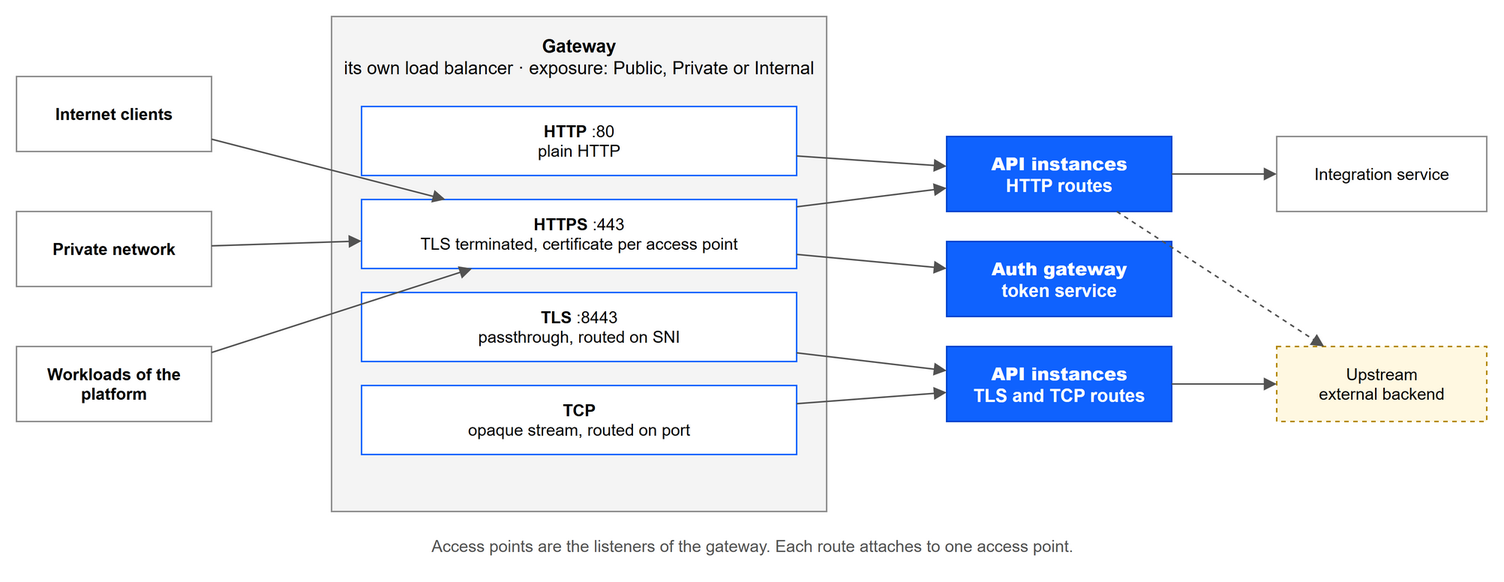
The draw.io diagram static/img/api-manager/gateway.drawio.png in cml-x/docs, before a commit. Source tidied: cells renumbered, new cells last; positions are measured from the earlier drawing's top-left corner, leaving out a move shared by most shapes. The source it was exported from:
```xml
<mxGraphModel>
  <root>
    <mxCell id="0" />
    <mxCell id="1" parent="0" />
    <mxCell id="2" value="&lt;b&gt;Internet clients&lt;/b&gt;" style="rounded=0;whiteSpace=wrap;html=1;fillColor=#ffffff;strokeColor=#8d8d8d;fontSize=11;" parent="1" vertex="1">
      <mxGeometry y="40" width="130" height="50" as="geometry" />
    </mxCell>
    <mxCell id="3" value="&lt;b&gt;Private network&lt;/b&gt;" style="rounded=0;whiteSpace=wrap;html=1;fillColor=#ffffff;strokeColor=#8d8d8d;fontSize=11;" parent="1" vertex="1">
      <mxGeometry y="130" width="130" height="50" as="geometry" />
    </mxCell>
    <mxCell id="4" value="&lt;b&gt;Workloads of the platform&lt;/b&gt;" style="rounded=0;whiteSpace=wrap;html=1;fillColor=#ffffff;strokeColor=#8d8d8d;fontSize=11;" parent="1" vertex="1">
      <mxGeometry y="220" width="130" height="50" as="geometry" />
    </mxCell>
    <mxCell id="5" value="Gateway&lt;br&gt;&lt;span style=&quot;font-weight:normal&quot;&gt;its own load balancer · exposure: Public, Private or Internal&lt;/span&gt;" style="rounded=0;whiteSpace=wrap;html=1;fillColor=#f4f4f4;strokeColor=#8d8d8d;verticalAlign=top;fontSize=12;fontStyle=1;spacingTop=6;" parent="1" vertex="1">
      <mxGeometry x="210" width="330" height="330" as="geometry" />
    </mxCell>
    <mxCell id="6" value="&lt;b&gt;HTTP&lt;/b&gt; :80&lt;br&gt;plain HTTP" style="rounded=0;whiteSpace=wrap;html=1;fillColor=#ffffff;strokeColor=#0f62fe;fontSize=11;" parent="1" vertex="1">
      <mxGeometry x="230" y="60" width="290" height="46" as="geometry" />
    </mxCell>
    <mxCell id="7" value="&lt;b&gt;HTTPS&lt;/b&gt; :443&lt;br&gt;TLS terminated, certificate per access point" style="rounded=0;whiteSpace=wrap;html=1;fillColor=#ffffff;strokeColor=#0f62fe;fontSize=11;" parent="1" vertex="1">
      <mxGeometry x="230" y="122" width="290" height="46" as="geometry" />
    </mxCell>
    <mxCell id="8" value="&lt;b&gt;TLS&lt;/b&gt; :8443&lt;br&gt;passthrough, routed on SNI" style="rounded=0;whiteSpace=wrap;html=1;fillColor=#ffffff;strokeColor=#0f62fe;fontSize=11;" parent="1" vertex="1">
      <mxGeometry x="230" y="184" width="290" height="46" as="geometry" />
    </mxCell>
    <mxCell id="9" value="&lt;b&gt;TCP&lt;/b&gt;&lt;br&gt;opaque stream, routed on port" style="rounded=0;whiteSpace=wrap;html=1;fillColor=#ffffff;strokeColor=#0f62fe;fontSize=11;" parent="1" vertex="1">
      <mxGeometry x="230" y="246" width="290" height="46" as="geometry" />
    </mxCell>
    <mxCell id="10" value="&lt;b&gt;API instances&lt;/b&gt;&lt;br&gt;HTTP routes" style="rounded=0;whiteSpace=wrap;html=1;fillColor=#0f62fe;strokeColor=#0043ce;fontColor=#ffffff;fontSize=12;fontStyle=1;" parent="1" vertex="1">
      <mxGeometry x="620" y="80" width="150" height="50" as="geometry" />
    </mxCell>
    <mxCell id="11" value="&lt;b&gt;Auth gateway&lt;/b&gt;&lt;br&gt;token service" style="rounded=0;whiteSpace=wrap;html=1;fillColor=#0f62fe;strokeColor=#0043ce;fontColor=#ffffff;fontSize=12;fontStyle=1;" parent="1" vertex="1">
      <mxGeometry x="620" y="150" width="150" height="50" as="geometry" />
    </mxCell>
    <mxCell id="12" value="&lt;b&gt;API instances&lt;/b&gt;&lt;br&gt;TLS and TCP routes" style="rounded=0;whiteSpace=wrap;html=1;fillColor=#0f62fe;strokeColor=#0043ce;fontColor=#ffffff;fontSize=12;fontStyle=1;" parent="1" vertex="1">
      <mxGeometry x="620" y="220" width="150" height="50" as="geometry" />
    </mxCell>
    <mxCell id="13" value="Integration service" style="rounded=0;whiteSpace=wrap;html=1;fillColor=#ffffff;strokeColor=#8d8d8d;fontSize=11;" parent="1" vertex="1">
      <mxGeometry x="840" y="80" width="140" height="50" as="geometry" />
    </mxCell>
    <mxCell id="14" value="Upstream&lt;br&gt;external backend" style="rounded=0;whiteSpace=wrap;html=1;fillColor=#fff8e1;strokeColor=#b28600;fontSize=11;dashed=1;" parent="1" vertex="1">
      <mxGeometry x="840" y="220" width="140" height="50" as="geometry" />
    </mxCell>
    <mxCell id="15" style="endArrow=block;html=1;rounded=0;strokeColor=#525252;fontSize=10;fontColor=#525252;labelBackgroundColor=#ffffff;" parent="1" edge="1" source="2" target="7">
      <mxGeometry relative="1" as="geometry" />
    </mxCell>
    <mxCell id="16" style="endArrow=block;html=1;rounded=0;strokeColor=#525252;fontSize=10;fontColor=#525252;labelBackgroundColor=#ffffff;" parent="1" edge="1" source="3" target="7">
      <mxGeometry relative="1" as="geometry" />
    </mxCell>
    <mxCell id="17" style="endArrow=block;html=1;rounded=0;strokeColor=#525252;fontSize=10;fontColor=#525252;labelBackgroundColor=#ffffff;" parent="1" edge="1" source="4" target="7">
      <mxGeometry relative="1" as="geometry" />
    </mxCell>
    <mxCell id="18" style="endArrow=block;html=1;rounded=0;strokeColor=#525252;fontSize=10;fontColor=#525252;labelBackgroundColor=#ffffff;" parent="1" edge="1" source="6" target="10">
      <mxGeometry relative="1" as="geometry" />
    </mxCell>
    <mxCell id="19" style="endArrow=block;html=1;rounded=0;strokeColor=#525252;fontSize=10;fontColor=#525252;labelBackgroundColor=#ffffff;" parent="1" edge="1" source="7" target="10">
      <mxGeometry relative="1" as="geometry" />
    </mxCell>
    <mxCell id="20" style="endArrow=block;html=1;rounded=0;strokeColor=#525252;fontSize=10;fontColor=#525252;labelBackgroundColor=#ffffff;" parent="1" edge="1" source="7" target="11">
      <mxGeometry relative="1" as="geometry" />
    </mxCell>
    <mxCell id="21" style="endArrow=block;html=1;rounded=0;strokeColor=#525252;fontSize=10;fontColor=#525252;labelBackgroundColor=#ffffff;" parent="1" edge="1" source="8" target="12">
      <mxGeometry relative="1" as="geometry" />
    </mxCell>
    <mxCell id="22" style="endArrow=block;html=1;rounded=0;strokeColor=#525252;fontSize=10;fontColor=#525252;labelBackgroundColor=#ffffff;" parent="1" edge="1" source="9" target="12">
      <mxGeometry relative="1" as="geometry" />
    </mxCell>
    <mxCell id="23" style="endArrow=block;html=1;rounded=0;strokeColor=#525252;fontSize=10;fontColor=#525252;labelBackgroundColor=#ffffff;" parent="1" edge="1" source="10" target="13">
      <mxGeometry relative="1" as="geometry" />
    </mxCell>
    <mxCell id="24" style="endArrow=block;html=1;rounded=0;strokeColor=#525252;fontSize=10;fontColor=#525252;labelBackgroundColor=#ffffff;" parent="1" edge="1" source="12" target="14">
      <mxGeometry relative="1" as="geometry" />
    </mxCell>
    <mxCell id="25" style="endArrow=block;html=1;rounded=0;strokeColor=#525252;fontSize=10;fontColor=#525252;labelBackgroundColor=#ffffff;dashed=1;" parent="1" edge="1" source="10" target="14">
      <mxGeometry relative="1" as="geometry" />
    </mxCell>
    <mxCell id="26" value="Access points are the listeners of the gateway. Each route attaches to one access point." style="text;html=1;align=center;verticalAlign=middle;fontSize=11;fontColor=#525252;" parent="1" vertex="1">
      <mxGeometry x="210" y="340" width="560" height="26" as="geometry" />
    </mxCell>
  </root>
</mxGraphModel>
```
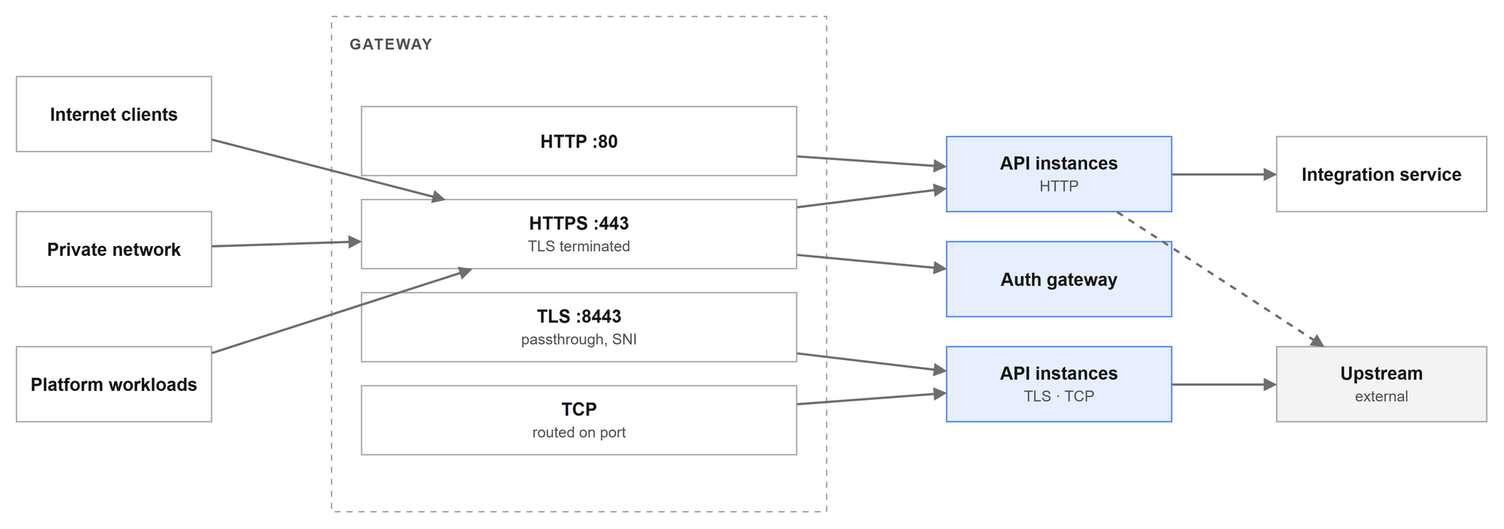
After the change.

Change to the diagram source:
```diff
@@ -1,81 +1,78 @@
-<mxGraphModel>
+<mxGraphModel background="#FFFFFF">
   <root>
     <mxCell id="0" />
     <mxCell id="1" parent="0" />
-    <mxCell id="2" value="&lt;b&gt;Internet clients&lt;/b&gt;" style="rounded=0;whiteSpace=wrap;html=1;fillColor=#ffffff;strokeColor=#8d8d8d;fontSize=11;" parent="1" vertex="1">
+    <mxCell id="2" value="&lt;b&gt;Internet clients&lt;/b&gt;" style="rounded=0;whiteSpace=wrap;html=1;strokeWidth=1;fontColor=#161616;fontSize=12;fillColor=none;strokeColor=#8D8D8D;strokeOpacity=70;" parent="1" vertex="1">
       <mxGeometry y="40" width="130" height="50" as="geometry" />
     </mxCell>
-    <mxCell id="3" value="&lt;b&gt;Private network&lt;/b&gt;" style="rounded=0;whiteSpace=wrap;html=1;fillColor=#ffffff;strokeColor=#8d8d8d;fontSize=11;" parent="1" vertex="1">
+    <mxCell id="3" value="&lt;b&gt;Private network&lt;/b&gt;" style="rounded=0;whiteSpace=wrap;html=1;strokeWidth=1;fontColor=#161616;fontSize=12;fillColor=none;strokeColor=#8D8D8D;strokeOpacity=70;" parent="1" vertex="1">
       <mxGeometry y="130" width="130" height="50" as="geometry" />
     </mxCell>
-    <mxCell id="4" value="&lt;b&gt;Workloads of the platform&lt;/b&gt;" style="rounded=0;whiteSpace=wrap;html=1;fillColor=#ffffff;strokeColor=#8d8d8d;fontSize=11;" parent="1" vertex="1">
+    <mxCell id="4" value="&lt;b&gt;Platform workloads&lt;/b&gt;" style="rounded=0;whiteSpace=wrap;html=1;strokeWidth=1;fontColor=#161616;fontSize=12;fillColor=none;strokeColor=#8D8D8D;strokeOpacity=70;" parent="1" vertex="1">
       <mxGeometry y="220" width="130" height="50" as="geometry" />
     </mxCell>
-    <mxCell id="5" value="Gateway&lt;br&gt;&lt;span style=&quot;font-weight:normal&quot;&gt;its own load balancer · exposure: Public, Private or Internal&lt;/span&gt;" style="rounded=0;whiteSpace=wrap;html=1;fillColor=#f4f4f4;strokeColor=#8d8d8d;verticalAlign=top;fontSize=12;fontStyle=1;spacingTop=6;" parent="1" vertex="1">
+    <mxCell id="5" value="&lt;span style=&quot;font-size:10px;color:#525252;letter-spacing:1px&quot;&gt;&lt;b&gt;GATEWAY&lt;/b&gt;&lt;/span&gt;" style="rounded=0;whiteSpace=wrap;html=1;strokeWidth=1;fontColor=#161616;fontSize=12;fillColor=none;strokeColor=#A8A8A8;dashed=1;dashPattern=4 4;verticalAlign=top;align=left;spacingLeft=10;spacingTop=4;" parent="1" vertex="1">
       <mxGeometry x="210" width="330" height="330" as="geometry" />
     </mxCell>
-    <mxCell id="6" value="&lt;b&gt;HTTP&lt;/b&gt; :80&lt;br&gt;plain HTTP" style="rounded=0;whiteSpace=wrap;html=1;fillColor=#ffffff;strokeColor=#0f62fe;fontSize=11;" parent="1" vertex="1">
+    <mxCell id="6" value="&lt;b&gt;HTTP :80&lt;/b&gt;" style="rounded=0;whiteSpace=wrap;html=1;strokeWidth=1;fontColor=#161616;fontSize=12;fillColor=none;strokeColor=#8D8D8D;strokeOpacity=70;" parent="1" vertex="1">
       <mxGeometry x="230" y="60" width="290" height="46" as="geometry" />
     </mxCell>
-    <mxCell id="7" value="&lt;b&gt;HTTPS&lt;/b&gt; :443&lt;br&gt;TLS terminated, certificate per access point" style="rounded=0;whiteSpace=wrap;html=1;fillColor=#ffffff;strokeColor=#0f62fe;fontSize=11;" parent="1" vertex="1">
+    <mxCell id="7" value="&lt;b&gt;HTTPS :443&lt;/b&gt;&lt;br&gt;&lt;span style=&quot;font-size:10px;color:#525252&quot;&gt;TLS terminated&lt;/span&gt;" style="rounded=0;whiteSpace=wrap;html=1;strokeWidth=1;fontColor=#161616;fontSize=12;fillColor=none;strokeColor=#8D8D8D;strokeOpacity=70;" parent="1" vertex="1">
       <mxGeometry x="230" y="122" width="290" height="46" as="geometry" />
     </mxCell>
-    <mxCell id="8" value="&lt;b&gt;TLS&lt;/b&gt; :8443&lt;br&gt;passthrough, routed on SNI" style="rounded=0;whiteSpace=wrap;html=1;fillColor=#ffffff;strokeColor=#0f62fe;fontSize=11;" parent="1" vertex="1">
+    <mxCell id="8" value="&lt;b&gt;TLS :8443&lt;/b&gt;&lt;br&gt;&lt;span style=&quot;font-size:10px;color:#525252&quot;&gt;passthrough, SNI&lt;/span&gt;" style="rounded=0;whiteSpace=wrap;html=1;strokeWidth=1;fontColor=#161616;fontSize=12;fillColor=none;strokeColor=#8D8D8D;strokeOpacity=70;" parent="1" vertex="1">
       <mxGeometry x="230" y="184" width="290" height="46" as="geometry" />
     </mxCell>
-    <mxCell id="9" value="&lt;b&gt;TCP&lt;/b&gt;&lt;br&gt;opaque stream, routed on port" style="rounded=0;whiteSpace=wrap;html=1;fillColor=#ffffff;strokeColor=#0f62fe;fontSize=11;" parent="1" vertex="1">
+    <mxCell id="9" value="&lt;b&gt;TCP&lt;/b&gt;&lt;br&gt;&lt;span style=&quot;font-size:10px;color:#525252&quot;&gt;routed on port&lt;/span&gt;" style="rounded=0;whiteSpace=wrap;html=1;strokeWidth=1;fontColor=#161616;fontSize=12;fillColor=none;strokeColor=#8D8D8D;strokeOpacity=70;" parent="1" vertex="1">
       <mxGeometry x="230" y="246" width="290" height="46" as="geometry" />
     </mxCell>
-    <mxCell id="10" value="&lt;b&gt;API instances&lt;/b&gt;&lt;br&gt;HTTP routes" style="rounded=0;whiteSpace=wrap;html=1;fillColor=#0f62fe;strokeColor=#0043ce;fontColor=#ffffff;fontSize=12;fontStyle=1;" parent="1" vertex="1">
+    <mxCell id="10" value="&lt;b&gt;API instances&lt;/b&gt;&lt;br&gt;&lt;span style=&quot;font-size:10px;color:#525252&quot;&gt;HTTP&lt;/span&gt;" style="rounded=0;whiteSpace=wrap;html=1;strokeWidth=1;fontColor=#161616;fontSize=12;fillColor=#0F62FE;fillOpacity=10;strokeColor=#0F62FE;strokeOpacity=70;" parent="1" vertex="1">
       <mxGeometry x="620" y="80" width="150" height="50" as="geometry" />
     </mxCell>
-    <mxCell id="11" value="&lt;b&gt;Auth gateway&lt;/b&gt;&lt;br&gt;token service" style="rounded=0;whiteSpace=wrap;html=1;fillColor=#0f62fe;strokeColor=#0043ce;fontColor=#ffffff;fontSize=12;fontStyle=1;" parent="1" vertex="1">
+    <mxCell id="11" value="&lt;b&gt;Auth gateway&lt;/b&gt;" style="rounded=0;whiteSpace=wrap;html=1;strokeWidth=1;fontColor=#161616;fontSize=12;fillColor=#0F62FE;fillOpacity=10;strokeColor=#0F62FE;strokeOpacity=70;" parent="1" vertex="1">
       <mxGeometry x="620" y="150" width="150" height="50" as="geometry" />
     </mxCell>
-    <mxCell id="12" value="&lt;b&gt;API instances&lt;/b&gt;&lt;br&gt;TLS and TCP routes" style="rounded=0;whiteSpace=wrap;html=1;fillColor=#0f62fe;strokeColor=#0043ce;fontColor=#ffffff;fontSize=12;fontStyle=1;" parent="1" vertex="1">
+    <mxCell id="12" value="&lt;b&gt;API instances&lt;/b&gt;&lt;br&gt;&lt;span style=&quot;font-size:10px;color:#525252&quot;&gt;TLS · TCP&lt;/span&gt;" style="rounded=0;whiteSpace=wrap;html=1;strokeWidth=1;fontColor=#161616;fontSize=12;fillColor=#0F62FE;fillOpacity=10;strokeColor=#0F62FE;strokeOpacity=70;" parent="1" vertex="1">
       <mxGeometry x="620" y="220" width="150" height="50" as="geometry" />
     </mxCell>
-    <mxCell id="13" value="Integration service" style="rounded=0;whiteSpace=wrap;html=1;fillColor=#ffffff;strokeColor=#8d8d8d;fontSize=11;" parent="1" vertex="1">
+    <mxCell id="13" value="&lt;b&gt;Integration service&lt;/b&gt;" style="rounded=0;whiteSpace=wrap;html=1;strokeWidth=1;fontColor=#161616;fontSize=12;fillColor=none;strokeColor=#8D8D8D;strokeOpacity=70;" parent="1" vertex="1">
       <mxGeometry x="840" y="80" width="140" height="50" as="geometry" />
     </mxCell>
-    <mxCell id="14" value="Upstream&lt;br&gt;external backend" style="rounded=0;whiteSpace=wrap;html=1;fillColor=#fff8e1;strokeColor=#b28600;fontSize=11;dashed=1;" parent="1" vertex="1">
+    <mxCell id="14" value="&lt;b&gt;Upstream&lt;/b&gt;&lt;br&gt;&lt;span style=&quot;font-size:10px;color:#525252&quot;&gt;external&lt;/span&gt;" style="rounded=0;whiteSpace=wrap;html=1;strokeWidth=1;fontColor=#161616;fontSize=12;fillColor=#161616;fillOpacity=5;strokeColor=#8D8D8D;strokeOpacity=70;" parent="1" vertex="1">
       <mxGeometry x="840" y="220" width="140" height="50" as="geometry" />
     </mxCell>
-    <mxCell id="15" style="endArrow=block;html=1;rounded=0;strokeColor=#525252;fontSize=10;fontColor=#525252;labelBackgroundColor=#ffffff;" parent="1" edge="1" source="2" target="7">
+    <mxCell id="15" style="endArrow=block;html=1;rounded=0;strokeColor=#6F6F6F;fontSize=10;fontColor=#525252;labelBackgroundColor=#FFFFFF;strokeWidth=1.5;endSize=5;" parent="1" edge="1" source="2" target="7">
       <mxGeometry relative="1" as="geometry" />
     </mxCell>
-    <mxCell id="16" style="endArrow=block;html=1;rounded=0;strokeColor=#525252;fontSize=10;fontColor=#525252;labelBackgroundColor=#ffffff;" parent="1" edge="1" source="3" target="7">
+    <mxCell id="16" style="endArrow=block;html=1;rounded=0;strokeColor=#6F6F6F;fontSize=10;fontColor=#525252;labelBackgroundColor=#FFFFFF;strokeWidth=1.5;endSize=5;" parent="1" edge="1" source="3" target="7">
       <mxGeometry relative="1" as="geometry" />
     </mxCell>
-    <mxCell id="17" style="endArrow=block;html=1;rounded=0;strokeColor=#525252;fontSize=10;fontColor=#525252;labelBackgroundColor=#ffffff;" parent="1" edge="1" source="4" target="7">
+    <mxCell id="17" style="endArrow=block;html=1;rounded=0;strokeColor=#6F6F6F;fontSize=10;fontColor=#525252;labelBackgroundColor=#FFFFFF;strokeWidth=1.5;endSize=5;" parent="1" edge="1" source="4" target="7">
       <mxGeometry relative="1" as="geometry" />
     </mxCell>
-    <mxCell id="18" style="endArrow=block;html=1;rounded=0;strokeColor=#525252;fontSize=10;fontColor=#525252;labelBackgroundColor=#ffffff;" parent="1" edge="1" source="6" target="10">
+    <mxCell id="18" style="endArrow=block;html=1;rounded=0;strokeColor=#6F6F6F;fontSize=10;fontColor=#525252;labelBackgroundColor=#FFFFFF;strokeWidth=1.5;endSize=5;" parent="1" edge="1" source="6" target="10">
       <mxGeometry relative="1" as="geometry" />
     </mxCell>
-    <mxCell id="19" style="endArrow=block;html=1;rounded=0;strokeColor=#525252;fontSize=10;fontColor=#525252;labelBackgroundColor=#ffffff;" parent="1" edge="1" source="7" target="10">
+    <mxCell id="19" style="endArrow=block;html=1;rounded=0;strokeColor=#6F6F6F;fontSize=10;fontColor=#525252;labelBackgroundColor=#FFFFFF;strokeWidth=1.5;endSize=5;" parent="1" edge="1" source="7" target="10">
       <mxGeometry relative="1" as="geometry" />
     </mxCell>
-    <mxCell id="20" style="endArrow=block;html=1;rounded=0;strokeColor=#525252;fontSize=10;fontColor=#525252;labelBackgroundColor=#ffffff;" parent="1" edge="1" source="7" target="11">
+    <mxCell id="20" style="endArrow=block;html=1;rounded=0;strokeColor=#6F6F6F;fontSize=10;fontColor=#525252;labelBackgroundColor=#FFFFFF;strokeWidth=1.5;endSize=5;" parent="1" edge="1" source="7" target="11">
       <mxGeometry relative="1" as="geometry" />
     </mxCell>
-    <mxCell id="21" style="endArrow=block;html=1;rounded=0;strokeColor=#525252;fontSize=10;fontColor=#525252;labelBackgroundColor=#ffffff;" parent="1" edge="1" source="8" target="12">
+    <mxCell id="21" style="endArrow=block;html=1;rounded=0;strokeColor=#6F6F6F;fontSize=10;fontColor=#525252;labelBackgroundColor=#FFFFFF;strokeWidth=1.5;endSize=5;" parent="1" edge="1" source="8" target="12">
       <mxGeometry relative="1" as="geometry" />
     </mxCell>
-    <mxCell id="22" style="endArrow=block;html=1;rounded=0;strokeColor=#525252;fontSize=10;fontColor=#525252;labelBackgroundColor=#ffffff;" parent="1" edge="1" source="9" target="12">
+    <mxCell id="22" style="endArrow=block;html=1;rounded=0;strokeColor=#6F6F6F;fontSize=10;fontColor=#525252;labelBackgroundColor=#FFFFFF;strokeWidth=1.5;endSize=5;" parent="1" edge="1" source="9" target="12">
       <mxGeometry relative="1" as="geometry" />
     </mxCell>
-    <mxCell id="23" style="endArrow=block;html=1;rounded=0;strokeColor=#525252;fontSize=10;fontColor=#525252;labelBackgroundColor=#ffffff;" parent="1" edge="1" source="10" target="13">
+    <mxCell id="23" style="endArrow=block;html=1;rounded=0;strokeColor=#6F6F6F;fontSize=10;fontColor=#525252;labelBackgroundColor=#FFFFFF;strokeWidth=1.5;endSize=5;" parent="1" edge="1" source="10" target="13">
       <mxGeometry relative="1" as="geometry" />
     </mxCell>
-    <mxCell id="24" style="endArrow=block;html=1;rounded=0;strokeColor=#525252;fontSize=10;fontColor=#525252;labelBackgroundColor=#ffffff;" parent="1" edge="1" source="12" target="14">
+    <mxCell id="24" style="endArrow=block;html=1;rounded=0;strokeColor=#6F6F6F;fontSize=10;fontColor=#525252;labelBackgroundColor=#FFFFFF;strokeWidth=1.5;endSize=5;" parent="1" edge="1" source="12" target="14">
       <mxGeometry relative="1" as="geometry" />
     </mxCell>
-    <mxCell id="25" style="endArrow=block;html=1;rounded=0;strokeColor=#525252;fontSize=10;fontColor=#525252;labelBackgroundColor=#ffffff;dashed=1;" parent="1" edge="1" source="10" target="14">
+    <mxCell id="25" style="endArrow=block;html=1;rounded=0;strokeColor=#6F6F6F;fontSize=10;fontColor=#525252;labelBackgroundColor=#FFFFFF;dashed=1;strokeWidth=1.5;endSize=5;" parent="1" edge="1" source="10" target="14">
       <mxGeometry relative="1" as="geometry" />
     </mxCell>
-    <mxCell id="26" value="Access points are the listeners of the gateway. Each route attaches to one access point." style="text;html=1;align=center;verticalAlign=middle;fontSize=11;fontColor=#525252;" parent="1" vertex="1">
-      <mxGeometry x="210" y="340" width="560" height="26" as="geometry" />
-    </mxCell>
   </root>
 </mxGraphModel>
```
